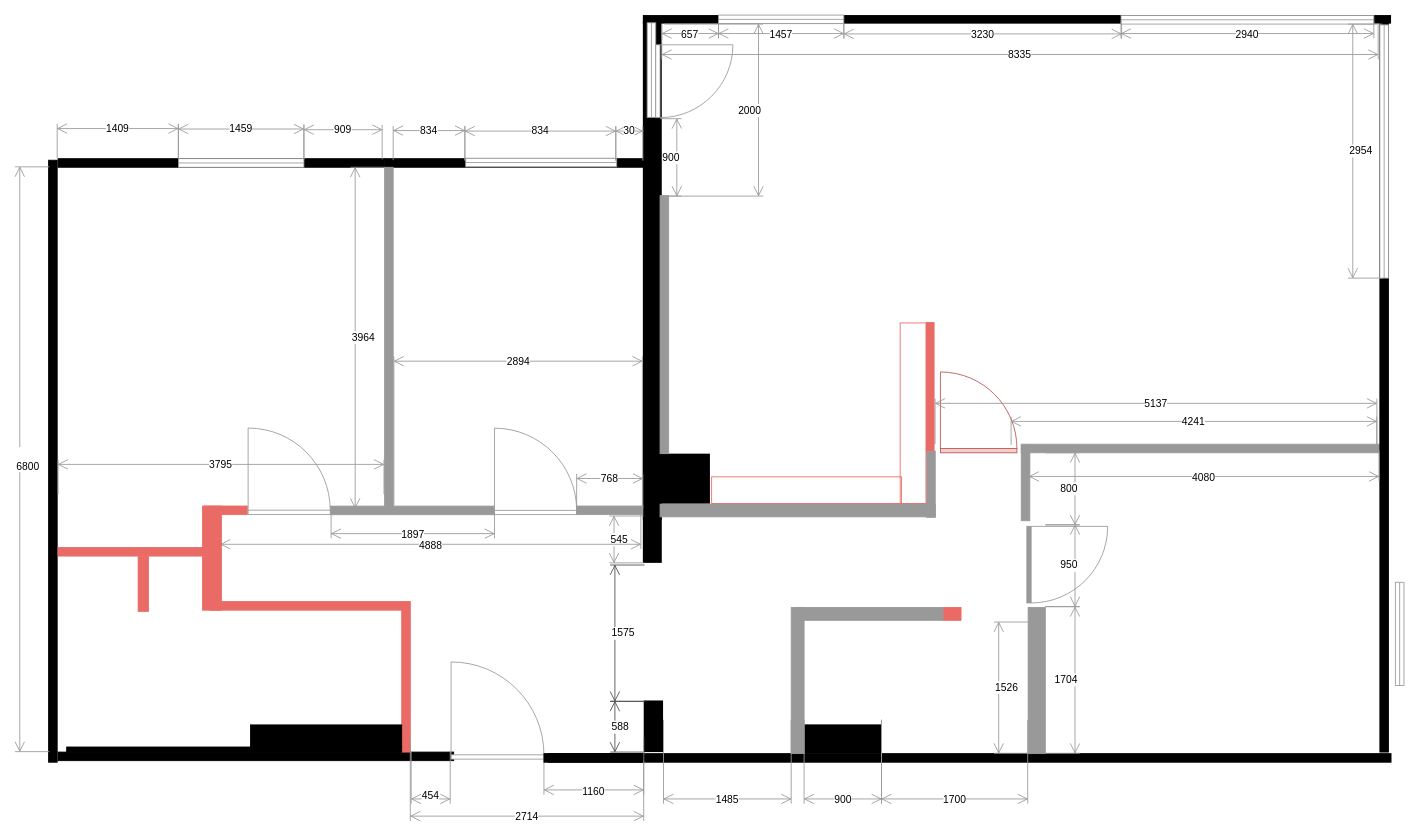
This is docs/src/static/drawings/floor-plan.demolition.drawio from surquest/flat-renovation, a draw.io file, before an edit. Source tidied: cells renumbered, new cells numbered last; positions are measured from the earlier drawing's top-left corner, leaving out a move shared by most shapes. Both pictures are drawn from the tidied source at 86%, with x=0, y=0 at pixel (15, 15).
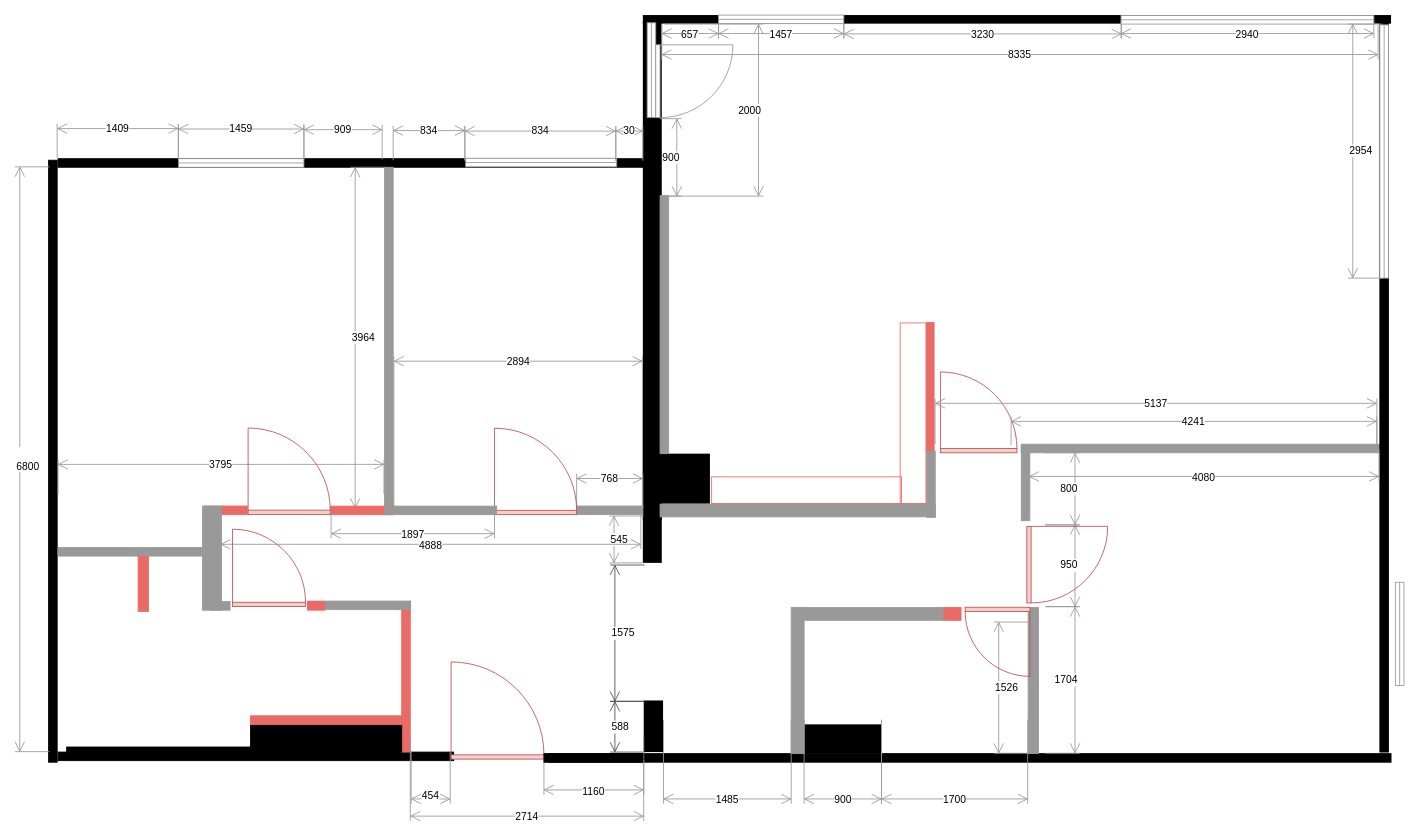
Above is the later version.

What changed in the source:
```diff
@@
-    <mxCell id="22" style="verticalLabelPosition=bottom;html=1;verticalAlign=top;align=center;shape=mxgraph.floorplan.wall;fillColor=strokeColor;strokeColor=#EA6B66;" parent="1" vertex="1">
+    <mxCell id="22" style="verticalLabelPosition=bottom;html=1;verticalAlign=top;align=center;shape=mxgraph.floorplan.wall;fillColor=strokeColor;strokeColor=#999999;" parent="1" vertex="1">
       <mxGeometry x="50" y="619.1" width="173" height="10" as="geometry" />
     </mxCell>
@@
-    <mxCell id="28" style="verticalLabelPosition=bottom;html=1;verticalAlign=top;align=center;shape=mxgraph.floorplan.wall;fillColor=strokeColor;strokeColor=#EA6B66;" parent="1" vertex="1">
-      <mxGeometry x="227" y="682" width="223" height="10" as="geometry" />
+    <mxCell id="28" style="verticalLabelPosition=bottom;html=1;verticalAlign=top;align=center;shape=mxgraph.floorplan.wall;fillColor=strokeColor;strokeColor=#999999;" parent="1" vertex="1">
+      <mxGeometry x="227" y="682" width="23" height="10" as="geometry" />
     </mxCell>
@@
-    <mxCell id="37" style="rounded=0;whiteSpace=wrap;html=1;strokeColor=#EA6B66;fillColor=#EA6B66;" parent="1" vertex="1">
+    <mxCell id="37" style="rounded=0;whiteSpace=wrap;html=1;strokeColor=#999999;fillColor=#999999;" parent="1" vertex="1">
       <mxGeometry x="218" y="571" width="22" height="121" as="geometry" />
     </mxCell>
@@
-    <mxCell id="42" style="verticalLabelPosition=bottom;html=1;verticalAlign=top;align=center;shape=mxgraph.floorplan.doorRight;direction=west;strokeColor=#999999;" parent="1" vertex="1">
+    <mxCell id="42" style="verticalLabelPosition=bottom;html=1;verticalAlign=top;align=center;shape=mxgraph.floorplan.doorRight;direction=west;strokeColor=#b85450;fillColor=#f8cecc;" parent="1" vertex="1">
       <mxGeometry x="507" y="750.4" width="108" height="114.8" as="geometry" />
     </mxCell>
@@
     <mxCell id="52" style="rounded=0;whiteSpace=wrap;html=1;strokeColor=#999999;fillColor=#999999;" parent="1" vertex="1">
-      <mxGeometry x="1178" y="688.8" width="20" height="170" as="geometry" />
+      <mxGeometry x="1178" y="688.8" width="12" height="170" as="geometry" />
     </mxCell>
@@
-    <mxCell id="76" style="verticalLabelPosition=bottom;html=1;verticalAlign=top;align=center;shape=mxgraph.floorplan.doorLeft;strokeColor=#999999;fillColor=#999999;flipH=0;flipV=1;direction=north;" parent="1" vertex="1">
+    <mxCell id="76" style="verticalLabelPosition=bottom;html=1;verticalAlign=top;align=center;shape=mxgraph.floorplan.doorLeft;strokeColor=#b85450;fillColor=#f8cecc;flipH=0;flipV=1;direction=north;" parent="1" vertex="1">
       <mxGeometry x="1176.5" y="594.6" width="85" height="89" as="geometry" />
     </mxCell>
@@
-    <mxCell id="79" style="verticalLabelPosition=bottom;html=1;verticalAlign=top;align=center;shape=mxgraph.floorplan.doorRight;strokeColor=#999999;fillColor=none;flipH=1;flipV=1;" parent="1" vertex="1">
+    <mxCell id="79" style="verticalLabelPosition=bottom;html=1;verticalAlign=top;align=center;shape=mxgraph.floorplan.doorRight;strokeColor=#b85450;fillColor=#f8cecc;flipH=1;flipV=1;" parent="1" vertex="1">
       <mxGeometry x="557.5" y="485.4" width="95.5" height="95.5" as="geometry" />
     </mxCell>
-    <mxCell id="80" style="verticalLabelPosition=bottom;html=1;verticalAlign=top;align=center;shape=mxgraph.floorplan.wall;fillColor=strokeColor;strokeColor=#999999;" parent="1" vertex="1">
-      <mxGeometry x="367" y="571" width="190" height="10" as="geometry" />
+    <mxCell id="80" style="verticalLabelPosition=bottom;html=1;verticalAlign=top;align=center;shape=mxgraph.floorplan.wall;fillColor=#ea6b66;strokeColor=#ea6b66;" parent="1" vertex="1">
+      <mxGeometry x="367" y="571" width="73" height="10" as="geometry" />
     </mxCell>
-    <mxCell id="81" style="verticalLabelPosition=bottom;html=1;verticalAlign=top;align=center;shape=mxgraph.floorplan.doorRight;strokeColor=#999999;fillColor=none;flipH=1;flipV=1;" parent="1" vertex="1">
+    <mxCell id="81" style="verticalLabelPosition=bottom;html=1;verticalAlign=top;align=center;shape=mxgraph.floorplan.doorRight;strokeColor=#b85450;fillColor=#f8cecc;flipH=1;flipV=1;" parent="1" vertex="1">
       <mxGeometry x="271" y="485.2" width="95.5" height="95.5" as="geometry" />
     </mxCell>
@@
+    <mxCell id="88" style="verticalLabelPosition=bottom;html=1;verticalAlign=top;align=center;shape=mxgraph.floorplan.doorLeft;strokeColor=#b85450;fillColor=#f8cecc;flipH=0;flipV=1;direction=north;rotation=90;" parent="1" vertex="1">
+      <mxGeometry x="1100" y="693.4" width="85" height="75.4" as="geometry" />
+    </mxCell>
+    <mxCell id="89" style="verticalLabelPosition=bottom;html=1;verticalAlign=top;align=center;shape=mxgraph.floorplan.wall;fillColor=strokeColor;strokeColor=#999999;" parent="1" vertex="1">
+      <mxGeometry x="430" y="571" width="130" height="10" as="geometry" />
+    </mxCell>
+    <mxCell id="90" style="verticalLabelPosition=bottom;html=1;verticalAlign=top;align=center;shape=mxgraph.floorplan.doorRight;strokeColor=#b85450;fillColor=#f8cecc;flipH=1;flipV=1;" parent="1" vertex="1">
+      <mxGeometry x="252.8" y="592.3" width="85" height="95.5" as="geometry" />
+    </mxCell>
+    <mxCell id="91" style="verticalLabelPosition=bottom;html=1;verticalAlign=top;align=center;shape=mxgraph.floorplan.wall;fillColor=strokeColor;strokeColor=#999999;" parent="1" vertex="1">
+      <mxGeometry x="340" y="681.4" width="120" height="10" as="geometry" />
+    </mxCell>
+    <mxCell id="92" style="rounded=0;whiteSpace=wrap;html=1;strokeColor=#EA6B66;fillColor=#EA6B66;direction=south;" parent="1" vertex="1">
+      <mxGeometry x="340" y="682" width="20" height="10" as="geometry" />
+    </mxCell>
+    <mxCell id="93" style="verticalLabelPosition=bottom;html=1;verticalAlign=top;align=center;shape=mxgraph.floorplan.wall;fillColor=#ea6b66;strokeColor=#ea6b66;" parent="1" vertex="1">
+      <mxGeometry x="273.7" y="814.8" width="176.3" height="10" as="geometry" />
+    </mxCell>
```
